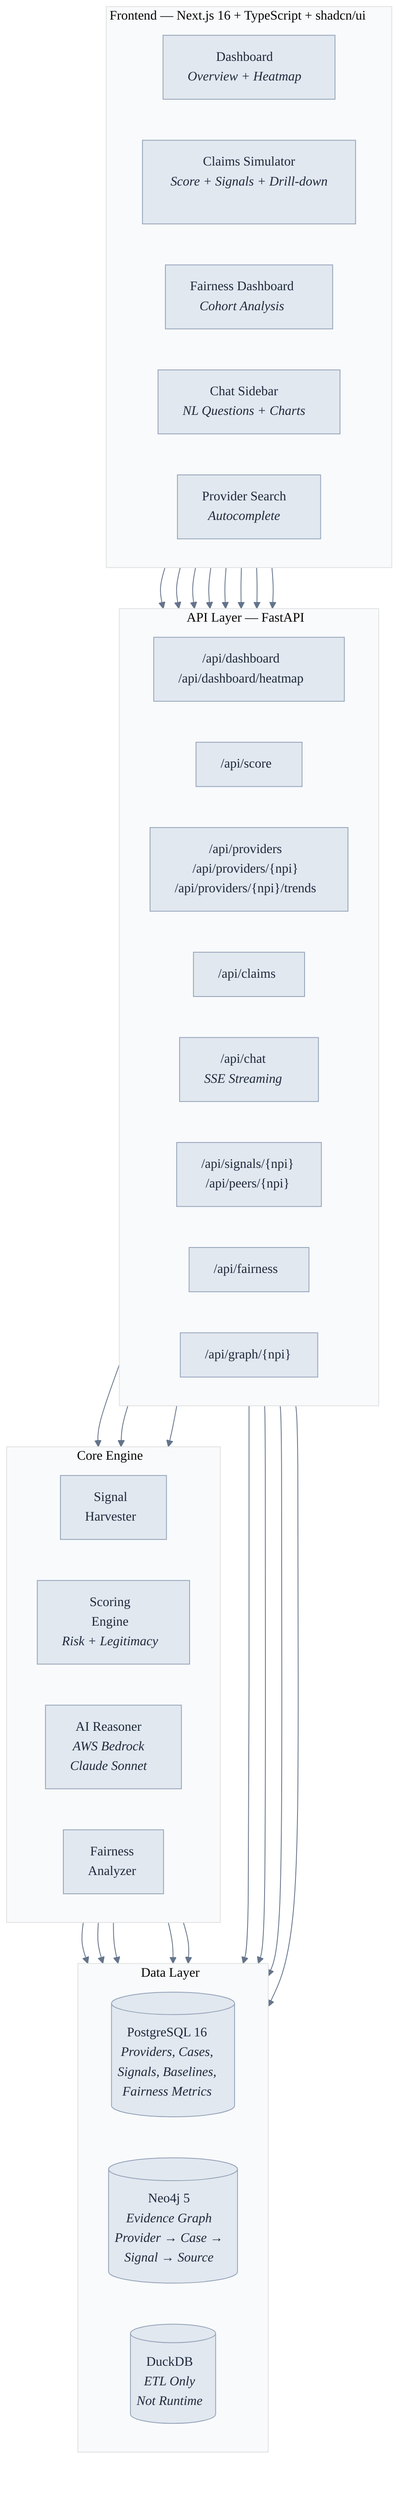
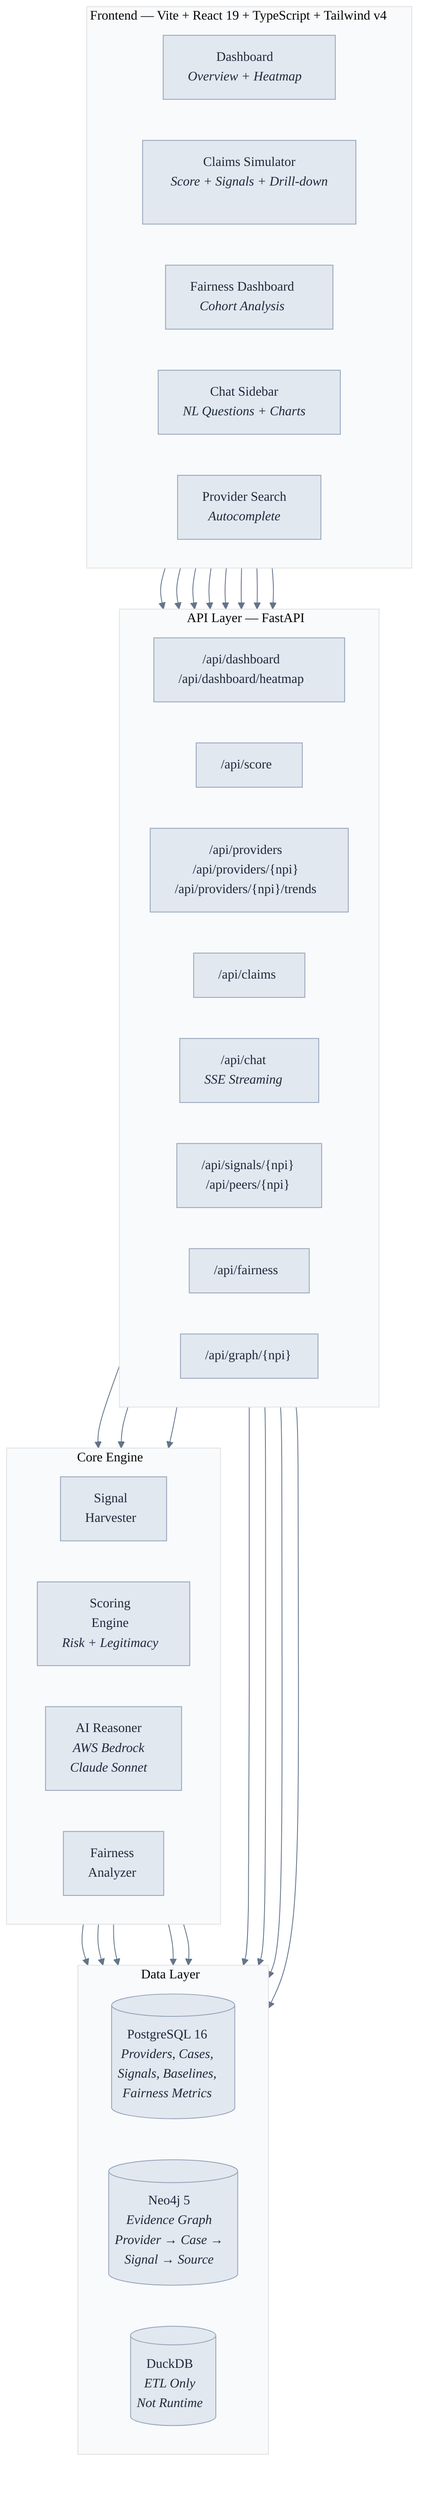
%%{init: {'theme': 'base', 'themeVariables': {'primaryColor': '#e2e8f0', 'primaryTextColor': '#1e293b', 'primaryBorderColor': '#94a3b8', 'lineColor': '#64748b', 'secondaryColor': '#f1f5f9', 'tertiaryColor': '#f8fafc', 'fontFamily': 'Inter, system-ui, sans-serif'}}}%%

graph TB
-     subgraph Frontend["Frontend — Next.js 16 + TypeScript + shadcn/ui"]
+     subgraph Frontend["Frontend — Vite + React 19 + TypeScript + Tailwind v4"]
        direction LR
        DASH["Dashboard<br/><i>Overview + Heatmap</i>"]
        CLAIMS["Claims Simulator<br/><i>Score + Signals + Drill-down</i>"]
        FAIR_UI["Fairness Dashboard<br/><i>Cohort Analysis</i>"]
        CHAT_UI["Chat Sidebar<br/><i>NL Questions + Charts</i>"]
        SEARCH["Provider Search<br/><i>Autocomplete</i>"]
    end

    subgraph API["API Layer — FastAPI"]
        direction LR
        DASH_API["/api/dashboard<br/>/api/dashboard/heatmap"]
        SCORE_API["/api/score"]
        PROV_API["/api/providers<br/>/api/providers/{npi}<br/>/api/providers/{npi}/trends"]
        CLAIMS_API["/api/claims"]
        CHAT_API["/api/chat<br/><i>SSE Streaming</i>"]
        SIG_API["/api/signals/{npi}<br/>/api/peers/{npi}"]
        FAIR_API["/api/fairness"]
        GRAPH_API["/api/graph/{npi}"]
    end

    subgraph Engine["Core Engine"]
        direction LR
        HARVEST["Signal<br/>Harvester"]
        SCORING["Scoring<br/>Engine<br/><i>Risk + Legitimacy</i>"]
        AI["AI Reasoner<br/><i>AWS Bedrock<br/>Claude Sonnet</i>"]
        FAIRNESS["Fairness<br/>Analyzer"]
    end

    subgraph Data["Data Layer"]
        direction LR
        PG[("PostgreSQL 16<br/><i>Providers, Cases,<br/>Signals, Baselines,<br/>Fairness Metrics</i>")]
        NEO[("Neo4j 5<br/><i>Evidence Graph<br/>Provider → Case →<br/>Signal → Source</i>")]
        DUCK[("DuckDB<br/><i>ETL Only<br/>Not Runtime</i>")]
    end

    Frontend --> API
    DASH --> DASH_API
    CLAIMS --> SCORE_API
    CLAIMS --> PROV_API
    CLAIMS --> CLAIMS_API
    CHAT_UI --> CHAT_API
    FAIR_UI --> FAIR_API
    SEARCH --> PROV_API

    SCORE_API --> SCORING
    CHAT_API --> AI
    DASH_API --> PG
    FAIR_API --> FAIRNESS
    GRAPH_API --> NEO

    SCORING --> PG
    HARVEST --> PG
    AI --> PG
    FAIRNESS --> PG
    SCORING --> NEO
    SIG_API --> PG
    SIG_API --> NEO
